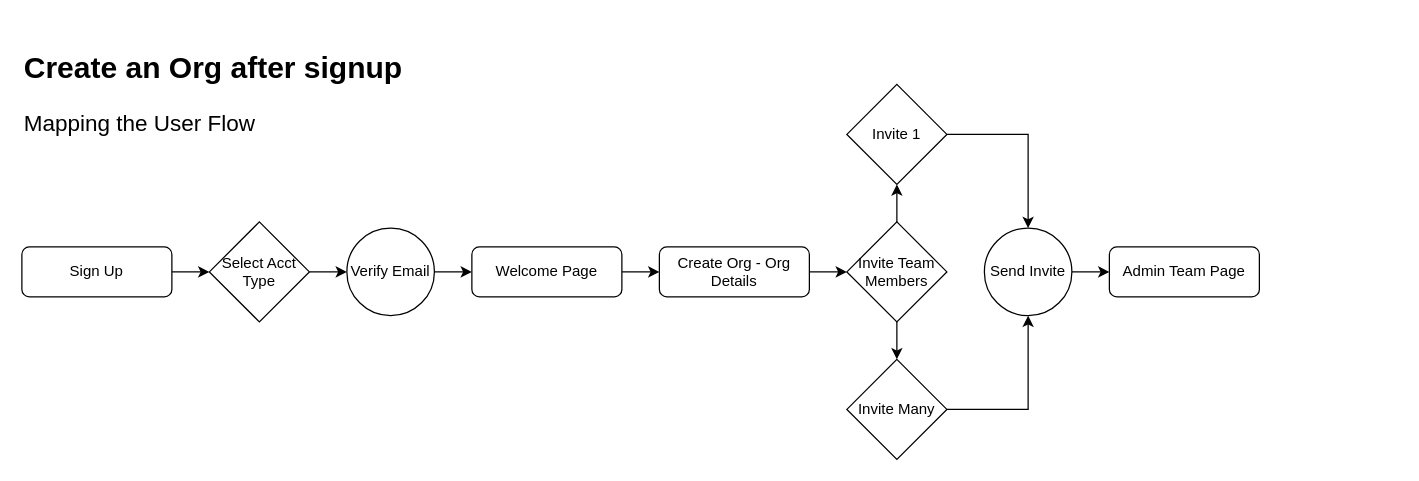
This is Create Org after signup.drawio from felixjaimes44/design, a draw.io file, before an edit. Source tidied: cells renumbered, new cells numbered last; positions are measured from the earlier drawing's top-left corner, leaving out a move shared by most shapes. Both pictures are drawn from the tidied source at 125%, with x=0, y=0 at pixel (21, 21).
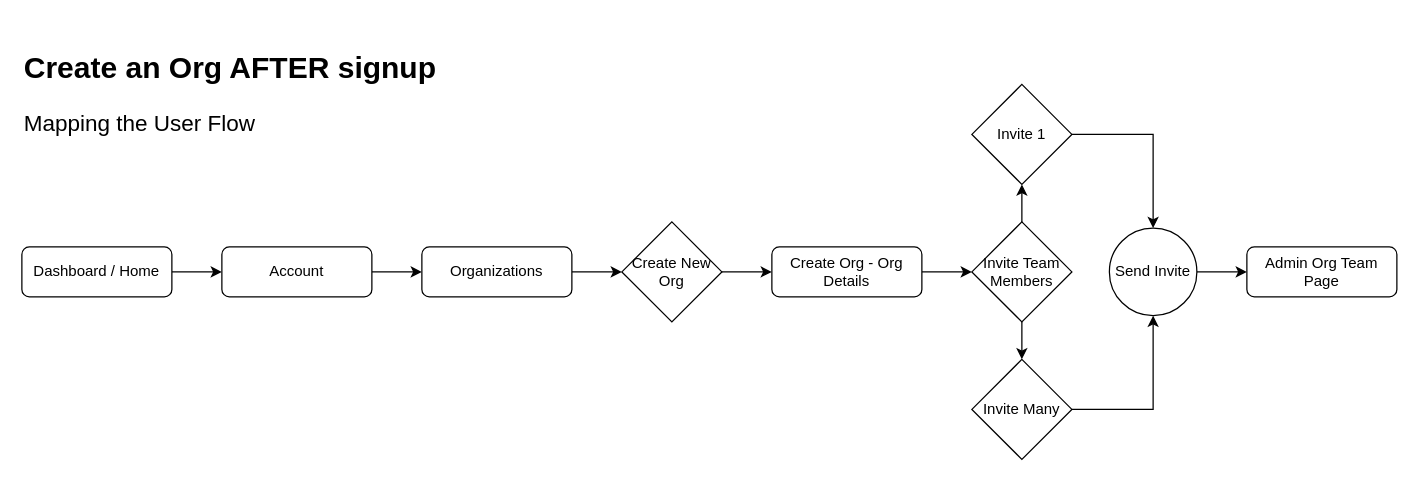
Above is the later version.

What changed in the source:
```diff
@@
-    <mxCell id="2" style="edgeStyle=orthogonalEdgeStyle;rounded=0;jettySize=auto;html=1;entryX=0;entryY=0.5;entryDx=0;entryDy=0;" parent="1" edge="1" source="3" target="7">
-      <mxGeometry relative="1" as="geometry" />
-    </mxCell>
-    <mxCell id="3" value="Sign Up" style="rounded=1;whiteSpace=wrap;html=1;fontSize=12;glass=0;strokeWidth=1;shadow=0;" parent="1" vertex="1">
-      <mxGeometry y="180" width="120" height="40" as="geometry" />
-    </mxCell>
-    <mxCell id="4" style="edgeStyle=orthogonalEdgeStyle;rounded=0;jettySize=auto;html=1;" parent="1" edge="1" source="5" target="11">
-      <mxGeometry relative="1" as="geometry" />
-    </mxCell>
-    <mxCell id="5" value="Welcome Page" style="rounded=1;whiteSpace=wrap;html=1;fontSize=12;glass=0;strokeWidth=1;shadow=0;" parent="1" vertex="1">
-      <mxGeometry x="360" y="180" width="120" height="40" as="geometry" />
-    </mxCell>
-    <mxCell id="6" style="edgeStyle=orthogonalEdgeStyle;rounded=0;jettySize=auto;html=1;entryX=0;entryY=0.5;entryDx=0;entryDy=0;" parent="1" edge="1" source="7" target="9">
-      <mxGeometry relative="1" as="geometry" />
-    </mxCell>
-    <mxCell id="7" value="Select Acct Type" style="rhombus;whiteSpace=wrap;html=1;" parent="1" vertex="1">
-      <mxGeometry x="150" y="160" width="80" height="80" as="geometry" />
-    </mxCell>
-    <mxCell id="8" style="edgeStyle=orthogonalEdgeStyle;rounded=0;jettySize=auto;html=1;entryX=0;entryY=0.5;entryDx=0;entryDy=0;" parent="1" edge="1" source="9" target="5">
-      <mxGeometry relative="1" as="geometry" />
-    </mxCell>
-    <mxCell id="9" value="Verify Email" style="ellipse;whiteSpace=wrap;html=1;" parent="1" vertex="1">
-      <mxGeometry x="260" y="165" width="70" height="70" as="geometry" />
-    </mxCell>
@@
     <mxCell id="11" value="Create Org - Org Details" style="rounded=1;whiteSpace=wrap;html=1;fontSize=12;glass=0;strokeWidth=1;shadow=0;" parent="1" vertex="1">
-      <mxGeometry x="510" y="180" width="120" height="40" as="geometry" />
+      <mxGeometry x="600" y="180" width="120" height="40" as="geometry" />
     </mxCell>
-    <mxCell id="12" value="&lt;h1&gt;Create an Org after signup&lt;/h1&gt;" style="text;html=1;align=left;verticalAlign=top;" parent="1" vertex="1">
-      <mxGeometry width="320" height="50" as="geometry" />
+    <mxCell id="12" value="&lt;h1&gt;Create an Org AFTER signup&lt;/h1&gt;" style="text;html=1;align=left;verticalAlign=top;" parent="1" vertex="1">
+      <mxGeometry width="350" height="50" as="geometry" />
     </mxCell>
@@
     <mxCell id="16" value="Invite Team Members" style="rhombus;whiteSpace=wrap;html=1;" parent="1" vertex="1">
-      <mxGeometry x="660" y="160" width="80" height="80" as="geometry" />
+      <mxGeometry x="760" y="160" width="80" height="80" as="geometry" />
     </mxCell>
@@
     <mxCell id="18" value="Invite 1" style="rhombus;whiteSpace=wrap;html=1;" parent="1" vertex="1">
-      <mxGeometry x="660" y="50" width="80" height="80" as="geometry" />
+      <mxGeometry x="760" y="50" width="80" height="80" as="geometry" />
     </mxCell>
@@
     <mxCell id="20" value="Invite Many" style="rhombus;whiteSpace=wrap;html=1;" parent="1" vertex="1">
-      <mxGeometry x="660" y="270" width="80" height="80" as="geometry" />
+      <mxGeometry x="760" y="270" width="80" height="80" as="geometry" />
     </mxCell>
@@
     <mxCell id="22" value="Send Invite" style="ellipse;whiteSpace=wrap;html=1;" parent="1" vertex="1">
-      <mxGeometry x="770" y="165" width="70" height="70" as="geometry" />
+      <mxGeometry x="870" y="165" width="70" height="70" as="geometry" />
     </mxCell>
-    <mxCell id="23" value="Admin Team Page" style="rounded=1;whiteSpace=wrap;html=1;fontSize=12;glass=0;strokeWidth=1;shadow=0;" parent="1" vertex="1">
-      <mxGeometry x="870" y="180" width="120" height="40" as="geometry" />
+    <mxCell id="23" value="Admin Org Team Page" style="rounded=1;whiteSpace=wrap;html=1;fontSize=12;glass=0;strokeWidth=1;shadow=0;" parent="1" vertex="1">
+      <mxGeometry x="980" y="180" width="120" height="40" as="geometry" />
     </mxCell>
+    <mxCell id="24" style="edgeStyle=orthogonalEdgeStyle;rounded=0;jettySize=auto;html=1;" parent="1" edge="1" source="25" target="27">
+      <mxGeometry relative="1" as="geometry" />
+    </mxCell>
+    <mxCell id="25" value="Dashboard / Home" style="rounded=1;whiteSpace=wrap;html=1;fontSize=12;glass=0;strokeWidth=1;shadow=0;" parent="1" vertex="1">
+      <mxGeometry y="180" width="120" height="40" as="geometry" />
+    </mxCell>
+    <mxCell id="26" style="edgeStyle=orthogonalEdgeStyle;rounded=0;jettySize=auto;html=1;entryX=0;entryY=0.5;entryDx=0;entryDy=0;" parent="1" edge="1" source="27" target="29">
+      <mxGeometry relative="1" as="geometry" />
+    </mxCell>
+    <mxCell id="27" value="Account" style="rounded=1;whiteSpace=wrap;html=1;fontSize=12;glass=0;strokeWidth=1;shadow=0;" parent="1" vertex="1">
+      <mxGeometry x="160" y="180" width="120" height="40" as="geometry" />
+    </mxCell>
+    <mxCell id="28" style="edgeStyle=orthogonalEdgeStyle;rounded=0;jettySize=auto;html=1;entryX=0;entryY=0.5;entryDx=0;entryDy=0;" parent="1" edge="1" source="29" target="31">
+      <mxGeometry relative="1" as="geometry" />
+    </mxCell>
+    <mxCell id="29" value="Organizations" style="rounded=1;whiteSpace=wrap;html=1;fontSize=12;glass=0;strokeWidth=1;shadow=0;" parent="1" vertex="1">
+      <mxGeometry x="320" y="180" width="120" height="40" as="geometry" />
+    </mxCell>
+    <mxCell id="30" style="edgeStyle=orthogonalEdgeStyle;rounded=0;jettySize=auto;html=1;entryX=0;entryY=0.5;entryDx=0;entryDy=0;" parent="1" edge="1" source="31" target="11">
+      <mxGeometry relative="1" as="geometry" />
+    </mxCell>
+    <mxCell id="31" value="Create New Org" style="rhombus;whiteSpace=wrap;html=1;" parent="1" vertex="1">
+      <mxGeometry x="480" y="160" width="80" height="80" as="geometry" />
+    </mxCell>
```
